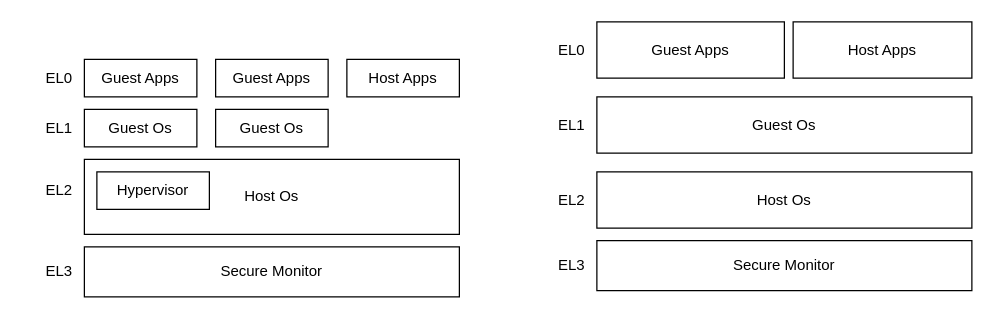
HDBoy/a-small-cloud keeps this draw.io diagram as page "第 3 页" (3 of 3) of Untitled Diagram.drawio. Above is the earlier version. Source tidied: cells renumbered, new cells numbered last; positions are measured from the earlier drawing's top-left corner, leaving out a move shared by most shapes. Both pictures are drawn from the tidied source at 125%, with x=0, y=0 at pixel (21, 21).
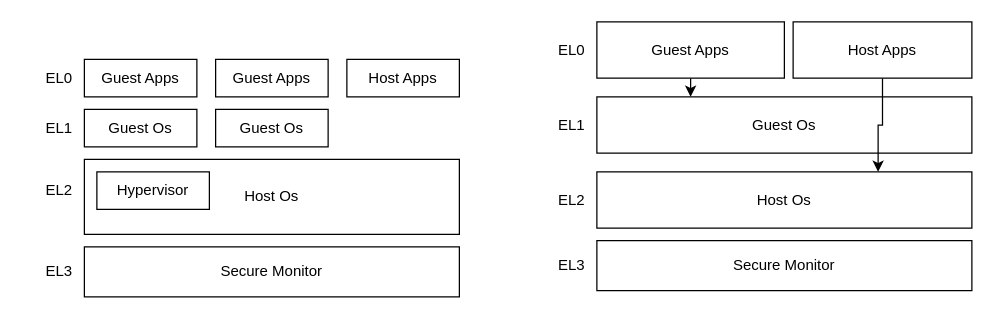
The same page after the edit.

Unchanged cells that the change refers to:
```xml
<mxCell id="16" value="Host Os" style="rounded=0;whiteSpace=wrap;html=1;" parent="1" vertex="1">
  <mxGeometry x="460" y="120" width="300" height="45" as="geometry" />
</mxCell>
<mxCell id="20" value="Guest Os" style="rounded=0;whiteSpace=wrap;html=1;" parent="1" vertex="1">
  <mxGeometry x="460" y="60" width="300" height="45" as="geometry" />
</mxCell>
<mxCell id="21" value="Guest Apps" style="rounded=0;whiteSpace=wrap;html=1;" parent="1" vertex="1">
  <mxGeometry x="460" width="150" height="45" as="geometry" />
</mxCell>
<mxCell id="22" value="Host Apps" style="rounded=0;whiteSpace=wrap;html=1;" parent="1" vertex="1">
  <mxGeometry x="617" width="143" height="45" as="geometry" />
</mxCell>
```

Diff of the diagram source:
```diff
@@
+    <mxCell id="23" style="edgeStyle=orthogonalEdgeStyle;rounded=0;jettySize=auto;html=1;exitX=0.5;exitY=1;exitDx=0;exitDy=0;entryX=0.25;entryY=0;entryDx=0;entryDy=0;" parent="1" edge="1" source="21" target="20">
+      <mxGeometry relative="1" as="geometry" />
+    </mxCell>
@@
+    <mxCell id="24" style="edgeStyle=orthogonalEdgeStyle;rounded=0;jettySize=auto;html=1;exitX=0.5;exitY=1;exitDx=0;exitDy=0;entryX=0.75;entryY=0;entryDx=0;entryDy=0;" parent="1" edge="1" source="22" target="16">
+      <mxGeometry relative="1" as="geometry" />
+    </mxCell>
```
